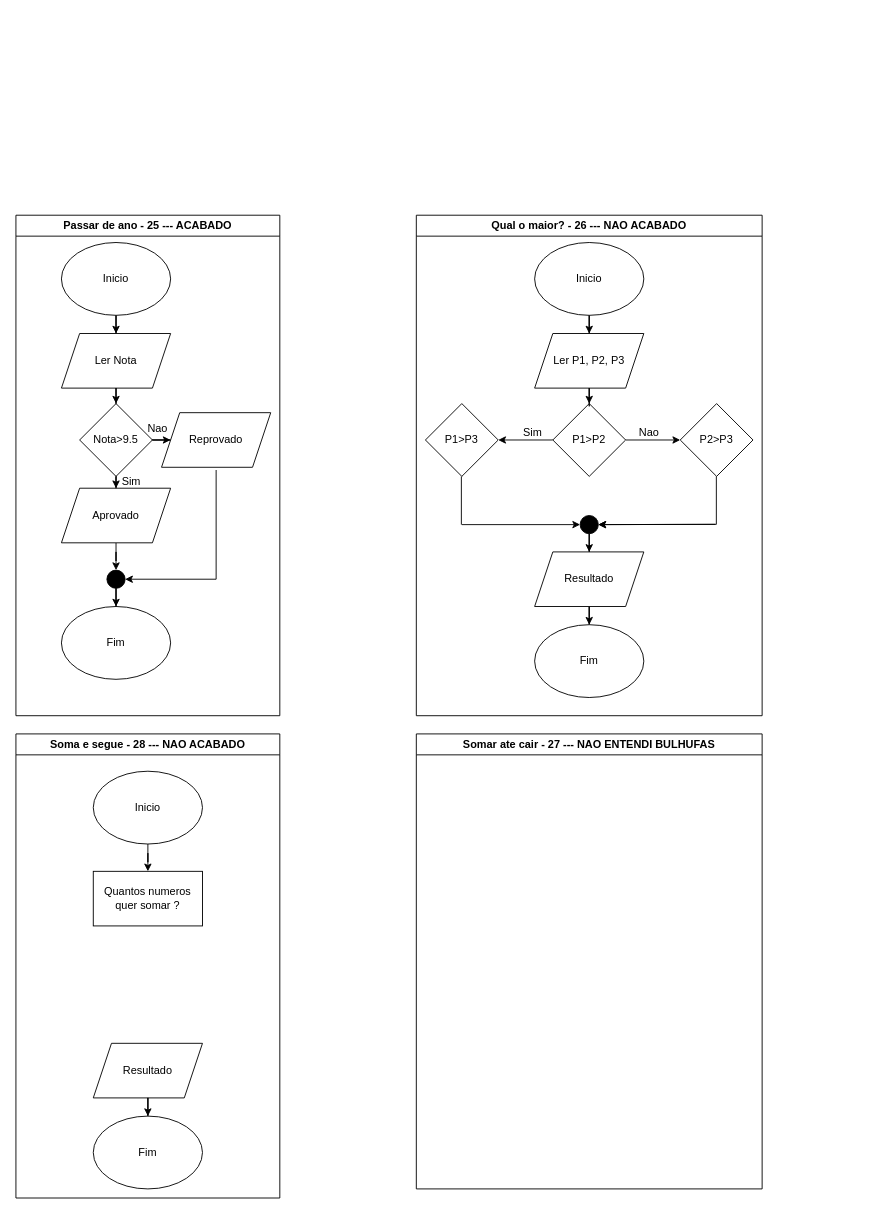
Earlier version of the draw.io diagram fluxogramas adiantados.drawio (pedrooomrqs/fluxograms). Source tidied: cells renumbered, new cells numbered last; positions are measured from the earlier drawing's top-left corner, leaving out a move shared by most shapes. Both pictures are drawn from the tidied source at 91%, with x=0, y=0 at pixel (15, 215).
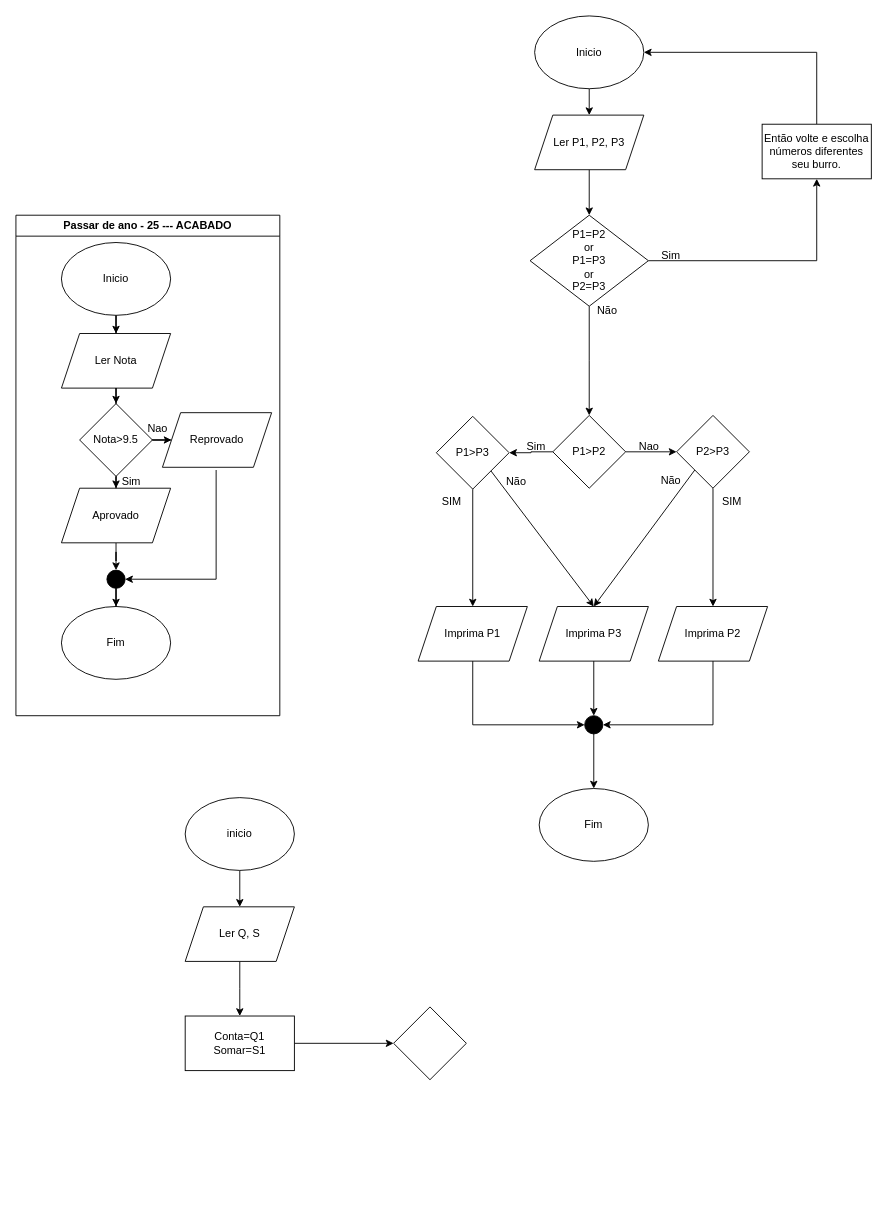
The same diagram, later.

What changed in the source:
```diff
@@
     <mxCell id="9" value="Reprovado" style="shape=parallelogram;perimeter=parallelogramPerimeter;whiteSpace=wrap;html=1;fixedSize=1;" parent="1" vertex="1">
-      <mxGeometry x="160" y="217" width="120" height="60" as="geometry" />
+      <mxGeometry x="161" y="217" width="120" height="60" as="geometry" />
     </mxCell>
@@
-    <mxCell id="15" style="edgeStyle=orthogonalEdgeStyle;rounded=0;jettySize=auto;html=1;" parent="1" edge="1" source="16" target="21">
+    <mxCell id="15" style="edgeStyle=orthogonalEdgeStyle;rounded=0;jettySize=auto;html=1;exitX=0.5;exitY=1;exitDx=0;exitDy=0;entryX=0.5;entryY=0;entryDx=0;entryDy=0;" parent="1" edge="1" source="16" target="21">
       <mxGeometry relative="1" as="geometry" />
     </mxCell>
     <mxCell id="16" value="Inicio" style="ellipse;whiteSpace=wrap;html=1;" parent="1" vertex="1">
-      <mxGeometry x="570" y="30" width="120" height="80" as="geometry" />
+      <mxGeometry x="570" y="-219" width="120" height="80" as="geometry" />
     </mxCell>
@@
     <mxCell id="19" value="P1&amp;gt;P2" style="rhombus;whiteSpace=wrap;html=1;" parent="1" vertex="1">
-      <mxGeometry x="590" y="207" width="80" height="80" as="geometry" />
+      <mxGeometry x="590" y="220" width="80" height="80" as="geometry" />
     </mxCell>
-    <mxCell id="20" style="edgeStyle=orthogonalEdgeStyle;rounded=0;jettySize=auto;html=1;entryX=0.5;entryY=0;entryDx=0;entryDy=0;" parent="1" edge="1" source="21" target="19">
-      <mxGeometry relative="1" as="geometry" />
-    </mxCell>
+    <mxCell id="50" style="edgeStyle=orthogonalEdgeStyle;rounded=0;jettySize=auto;html=1;" parent="1" edge="1" source="21" target="55">
+      <mxGeometry relative="1" as="geometry" />
+    </mxCell>
     <mxCell id="21" value="Ler P1, P2, P3" style="shape=parallelogram;perimeter=parallelogramPerimeter;whiteSpace=wrap;html=1;fixedSize=1;" parent="1" vertex="1">
-      <mxGeometry x="570" y="130" width="120" height="60" as="geometry" />
+      <mxGeometry x="570" y="-110" width="120" height="60" as="geometry" />
     </mxCell>
+    <mxCell id="51" style="edgeStyle=orthogonalEdgeStyle;rounded=0;jettySize=auto;html=1;entryX=0.5;entryY=0;entryDx=0;entryDy=0;" parent="1" edge="1" source="22" target="65">
+      <mxGeometry relative="1" as="geometry" />
+    </mxCell>
     <mxCell id="22" value="P2&amp;gt;P3" style="rhombus;whiteSpace=wrap;html=1;" parent="1" vertex="1">
-      <mxGeometry x="730" y="207" width="80" height="80" as="geometry" />
+      <mxGeometry x="726" y="220" width="80" height="80" as="geometry" />
     </mxCell>
     <mxCell id="23" value="Nao" style="text;html=1;align=center;verticalAlign=middle;whiteSpace=wrap;rounded=0;" parent="1" vertex="1">
-      <mxGeometry x="666" y="224" width="60" height="30" as="geometry" />
+      <mxGeometry x="666" y="240" width="60" height="30" as="geometry" />
     </mxCell>
+    <mxCell id="52" style="edgeStyle=orthogonalEdgeStyle;rounded=0;jettySize=auto;html=1;" parent="1" edge="1" source="24" target="69">
+      <mxGeometry relative="1" as="geometry" />
+    </mxCell>
     <mxCell id="24" value="P1&amp;gt;P3" style="rhombus;whiteSpace=wrap;html=1;" parent="1" vertex="1">
-      <mxGeometry x="450" y="207" width="80" height="80" as="geometry" />
+      <mxGeometry x="462" y="221" width="80" height="80" as="geometry" />
     </mxCell>
     <mxCell id="25" value="Sim" style="text;html=1;align=center;verticalAlign=middle;whiteSpace=wrap;rounded=0;" parent="1" vertex="1">
-      <mxGeometry x="538" y="224" width="60" height="30" as="geometry" />
+      <mxGeometry x="542" y="240" width="60" height="30" as="geometry" />
     </mxCell>
-    <mxCell id="26" style="edgeStyle=orthogonalEdgeStyle;rounded=0;jettySize=auto;html=1;" parent="1" edge="1" source="27" target="39">
-      <mxGeometry relative="1" as="geometry" />
-    </mxCell>
-    <mxCell id="27" value="Resultado" style="shape=parallelogram;perimeter=parallelogramPerimeter;whiteSpace=wrap;html=1;fixedSize=1;" parent="1" vertex="1">
-      <mxGeometry x="570" y="370" width="120" height="60" as="geometry" />
-    </mxCell>
-    <mxCell id="28" style="edgeStyle=orthogonalEdgeStyle;rounded=0;jettySize=auto;html=1;" parent="1" edge="1" source="49" target="27">
-      <mxGeometry relative="1" as="geometry" />
-    </mxCell>
-    <mxCell id="29" style="endArrow=none;html=1;rounded=0;" parent="1" edge="1">
-      <mxGeometry relative="1" as="geometry">
-        <mxPoint x="489.5" y="340" as="sourcePoint" />
-        <mxPoint x="489.5" y="287" as="targetPoint" />
-      </mxGeometry>
-    </mxCell>
-    <mxCell id="30" style="endArrow=classic;html=1;rounded=0;entryX=0;entryY=0.5;entryDx=0;entryDy=0;" parent="1" edge="1" target="49">
-      <mxGeometry relative="1" as="geometry">
-        <mxPoint x="490" y="340" as="sourcePoint" />
-      </mxGeometry>
-    </mxCell>
-    <mxCell id="31" value="Qual o maior? - 26 --- NAO ACABADO" style="swimlane;whiteSpace=wrap;html=1;" parent="1" vertex="1">
-      <mxGeometry x="440" width="380" height="550" as="geometry" />
-    </mxCell>
-    <mxCell id="32" style="endArrow=none;html=1;rounded=0;" parent="1" edge="1">
-      <mxGeometry relative="1" as="geometry">
-        <mxPoint x="769.7" y="340" as="sourcePoint" />
-        <mxPoint x="769.7" y="287" as="targetPoint" />
-      </mxGeometry>
-    </mxCell>
-    <mxCell id="33" value="Soma e segue - 28 --- NAO ACABADO" style="swimlane;whiteSpace=wrap;html=1;" parent="1" vertex="1">
-      <mxGeometry y="570" width="290" height="510" as="geometry" />
-    </mxCell>
-    <mxCell id="34" value="Quantos numeros quer somar ?" style="rounded=0;whiteSpace=wrap;html=1;" parent="33" vertex="1">
-      <mxGeometry x="85" y="151" width="120" height="60" as="geometry" />
-    </mxCell>
-    <mxCell id="35" value="Inicio" style="ellipse;whiteSpace=wrap;html=1;" parent="33" vertex="1">
-      <mxGeometry x="85" y="41" width="120" height="80" as="geometry" />
-    </mxCell>
-    <mxCell id="36" style="edgeStyle=orthogonalEdgeStyle;rounded=0;jettySize=auto;html=1;" parent="33" edge="1" source="35" target="34">
-      <mxGeometry relative="1" as="geometry" />
-    </mxCell>
-    <mxCell id="37" style="endArrow=classic;html=1;rounded=0;entryX=1;entryY=0.5;entryDx=0;entryDy=0;" parent="1" edge="1" target="49">
-      <mxGeometry relative="1" as="geometry">
-        <mxPoint x="769" y="339.7" as="sourcePoint" />
-      </mxGeometry>
-    </mxCell>
-    <mxCell id="38" value="Somar ate cair - 27 --- NAO ENTENDI BULHUFAS" style="swimlane;whiteSpace=wrap;html=1;" parent="1" vertex="1">
-      <mxGeometry x="440" y="570" width="380" height="500" as="geometry" />
-    </mxCell>
     <mxCell id="39" value="Fim" style="ellipse;whiteSpace=wrap;html=1;" parent="1" vertex="1">
-      <mxGeometry x="570" y="450" width="120" height="80" as="geometry" />
+      <mxGeometry x="575" y="630" width="120" height="80" as="geometry" />
     </mxCell>
-    <mxCell id="40" value="Resultado" style="shape=parallelogram;perimeter=parallelogramPerimeter;whiteSpace=wrap;html=1;fixedSize=1;" parent="1" vertex="1">
-      <mxGeometry x="85" y="910" width="120" height="60" as="geometry" />
-    </mxCell>
@@
-    <mxCell id="42" value="Fim" style="ellipse;whiteSpace=wrap;html=1;" parent="1" vertex="1">
-      <mxGeometry x="85" y="990" width="120" height="80" as="geometry" />
-    </mxCell>
@@
-    <mxCell id="44" style="edgeStyle=orthogonalEdgeStyle;rounded=0;jettySize=auto;html=1;" parent="1" edge="1" source="40" target="42">
-      <mxGeometry relative="1" as="geometry" />
-    </mxCell>
@@
-    <mxCell id="48" style="endArrow=classic;html=1;rounded=0;entryX=1;entryY=0.5;entryDx=0;entryDy=0;" parent="1" edge="1" target="49">
-      <mxGeometry relative="1" as="geometry">
-        <mxPoint x="769" y="339.7" as="sourcePoint" />
-      </mxGeometry>
-    </mxCell>
-    <mxCell id="49" style="ellipse;whiteSpace=wrap;html=1;fillColor=#000000;" parent="1" vertex="1">
-      <mxGeometry x="620" y="330" width="20" height="20" as="geometry" />
-    </mxCell>
+    <mxCell id="53" style="edgeStyle=orthogonalEdgeStyle;rounded=0;jettySize=auto;html=1;exitX=1;exitY=0.5;exitDx=0;exitDy=0;entryX=0.5;entryY=1;entryDx=0;entryDy=0;" parent="1" edge="1" source="55" target="57">
+      <mxGeometry relative="1" as="geometry" />
+    </mxCell>
+    <mxCell id="54" style="edgeStyle=orthogonalEdgeStyle;rounded=0;jettySize=auto;html=1;exitX=0.5;exitY=1;exitDx=0;exitDy=0;" parent="1" edge="1" source="55">
+      <mxGeometry relative="1" as="geometry">
+        <mxPoint x="630" y="220" as="targetPoint" />
+      </mxGeometry>
+    </mxCell>
+    <mxCell id="55" value="P1=P2&lt;div&gt;or&lt;/div&gt;&lt;div&gt;P1=P3&lt;/div&gt;&lt;div&gt;or&lt;/div&gt;&lt;div&gt;P2=P3&lt;/div&gt;" style="rhombus;whiteSpace=wrap;html=1;" parent="1" vertex="1">
+      <mxGeometry x="565" width="130" height="100" as="geometry" />
+    </mxCell>
+    <mxCell id="56" style="edgeStyle=orthogonalEdgeStyle;rounded=0;jettySize=auto;html=1;entryX=1;entryY=0.5;entryDx=0;entryDy=0;" parent="1" edge="1" source="57" target="16">
+      <mxGeometry relative="1" as="geometry">
+        <Array as="points">
+          <mxPoint x="880" y="-179" />
+        </Array>
+      </mxGeometry>
+    </mxCell>
+    <mxCell id="57" value="Então volte e escolha números diferentes seu burro." style="rounded=0;whiteSpace=wrap;html=1;" parent="1" vertex="1">
+      <mxGeometry x="820" y="-100" width="120" height="60" as="geometry" />
+    </mxCell>
+    <mxCell id="58" value="Sim" style="text;html=1;align=center;verticalAlign=middle;whiteSpace=wrap;rounded=0;" parent="1" vertex="1">
+      <mxGeometry x="690" y="30" width="60" height="30" as="geometry" />
+    </mxCell>
+    <mxCell id="59" value="Não" style="text;html=1;align=center;verticalAlign=middle;whiteSpace=wrap;rounded=0;" parent="1" vertex="1">
+      <mxGeometry x="620" y="90" width="60" height="30" as="geometry" />
+    </mxCell>
+    <mxCell id="60" style="edgeStyle=orthogonalEdgeStyle;rounded=0;orthogonalLoop=1;jettySize=auto;html=1;exitX=0.5;exitY=1;exitDx=0;exitDy=0;" parent="1" edge="1" source="59" target="59">
+      <mxGeometry relative="1" as="geometry" />
+    </mxCell>
+    <mxCell id="61" value="SIM" style="text;html=1;align=center;verticalAlign=middle;whiteSpace=wrap;rounded=0;" parent="1" vertex="1">
+      <mxGeometry x="449" y="300" width="60" height="30" as="geometry" />
+    </mxCell>
+    <mxCell id="62" value="SIM" style="text;html=1;align=center;verticalAlign=middle;whiteSpace=wrap;rounded=0;" parent="1" vertex="1">
+      <mxGeometry x="757" y="300" width="60" height="30" as="geometry" />
+    </mxCell>
+    <mxCell id="63" value="Não" style="text;html=1;align=center;verticalAlign=middle;whiteSpace=wrap;rounded=0;" parent="1" vertex="1">
+      <mxGeometry x="690" y="277" width="60" height="30" as="geometry" />
+    </mxCell>
+    <mxCell id="64" style="edgeStyle=orthogonalEdgeStyle;rounded=0;jettySize=auto;html=1;entryX=1;entryY=0.5;entryDx=0;entryDy=0;" parent="1" edge="1" source="65" target="73">
+      <mxGeometry relative="1" as="geometry">
+        <Array as="points">
+          <mxPoint x="766" y="560" />
+        </Array>
+      </mxGeometry>
+    </mxCell>
+    <mxCell id="65" value="Imprima P2" style="shape=parallelogram;perimeter=parallelogramPerimeter;whiteSpace=wrap;html=1;fixedSize=1;" parent="1" vertex="1">
+      <mxGeometry x="706" y="430" width="120" height="60" as="geometry" />
+    </mxCell>
+    <mxCell id="66" style="edgeStyle=orthogonalEdgeStyle;rounded=0;jettySize=auto;html=1;entryX=0.5;entryY=0;entryDx=0;entryDy=0;" parent="1" edge="1" source="67" target="73">
+      <mxGeometry relative="1" as="geometry" />
+    </mxCell>
+    <mxCell id="67" value="Imprima P3" style="shape=parallelogram;perimeter=parallelogramPerimeter;whiteSpace=wrap;html=1;fixedSize=1;" parent="1" vertex="1">
+      <mxGeometry x="575" y="430" width="120" height="60" as="geometry" />
+    </mxCell>
+    <mxCell id="68" style="edgeStyle=orthogonalEdgeStyle;rounded=0;jettySize=auto;html=1;entryX=0;entryY=0.5;entryDx=0;entryDy=0;" parent="1" edge="1" source="69" target="73">
+      <mxGeometry relative="1" as="geometry">
+        <Array as="points">
+          <mxPoint x="502" y="560" />
+        </Array>
+      </mxGeometry>
+    </mxCell>
+    <mxCell id="69" value="Imprima P1" style="shape=parallelogram;perimeter=parallelogramPerimeter;whiteSpace=wrap;html=1;fixedSize=1;" parent="1" vertex="1">
+      <mxGeometry x="442" y="430" width="120" height="60" as="geometry" />
+    </mxCell>
+    <mxCell id="70" style="endArrow=classic;html=1;rounded=0;entryX=0.5;entryY=0;entryDx=0;entryDy=0;exitX=1;exitY=1;exitDx=0;exitDy=0;" parent="1" edge="1" source="24" target="67">
+      <mxGeometry relative="1" as="geometry" />
+    </mxCell>
+    <mxCell id="71" style="endArrow=classic;html=1;rounded=0;exitX=0;exitY=1;exitDx=0;exitDy=0;entryX=0.5;entryY=0;entryDx=0;entryDy=0;" parent="1" edge="1" source="22" target="67">
+      <mxGeometry relative="1" as="geometry" />
+    </mxCell>
+    <mxCell id="72" style="edgeStyle=orthogonalEdgeStyle;rounded=0;jettySize=auto;html=1;entryX=0.5;entryY=0;entryDx=0;entryDy=0;" parent="1" edge="1" source="73" target="39">
+      <mxGeometry relative="1" as="geometry" />
+    </mxCell>
+    <mxCell id="73" style="ellipse;whiteSpace=wrap;html=1;fillColor=#000000;" parent="1" vertex="1">
+      <mxGeometry x="625" y="550" width="20" height="20" as="geometry" />
+    </mxCell>
+    <mxCell id="74" value="Não" style="text;html=1;align=center;verticalAlign=middle;whiteSpace=wrap;rounded=0;" parent="1" vertex="1">
+      <mxGeometry x="520" y="278" width="60" height="30" as="geometry" />
+    </mxCell>
+    <mxCell id="75" style="edgeStyle=orthogonalEdgeStyle;rounded=0;jettySize=auto;html=1;" parent="1" edge="1" source="76" target="78">
+      <mxGeometry relative="1" as="geometry" />
+    </mxCell>
+    <mxCell id="76" value="inicio" style="ellipse;whiteSpace=wrap;html=1;" parent="1" vertex="1">
+      <mxGeometry x="186" y="640" width="120" height="80" as="geometry" />
+    </mxCell>
+    <mxCell id="77" style="edgeStyle=orthogonalEdgeStyle;rounded=0;jettySize=auto;html=1;" parent="1" edge="1" source="78">
+      <mxGeometry relative="1" as="geometry">
+        <mxPoint x="246" y="880" as="targetPoint" />
+      </mxGeometry>
+    </mxCell>
+    <mxCell id="78" value="Ler Q, S" style="shape=parallelogram;perimeter=parallelogramPerimeter;whiteSpace=wrap;html=1;fixedSize=1;" parent="1" vertex="1">
+      <mxGeometry x="186" y="760" width="120" height="60" as="geometry" />
+    </mxCell>
+    <mxCell id="79" style="edgeStyle=orthogonalEdgeStyle;rounded=0;jettySize=auto;html=1;" parent="1" edge="1" source="80" target="81">
+      <mxGeometry relative="1" as="geometry" />
+    </mxCell>
+    <mxCell id="80" value="Conta=Q1&lt;div&gt;Somar=S1&lt;/div&gt;" style="rounded=0;whiteSpace=wrap;html=1;" parent="1" vertex="1">
+      <mxGeometry x="186" y="880" width="120" height="60" as="geometry" />
+    </mxCell>
+    <mxCell id="81" style="rhombus;whiteSpace=wrap;html=1;" parent="1" vertex="1">
+      <mxGeometry x="415" y="870" width="80" height="80" as="geometry" />
+    </mxCell>
```
